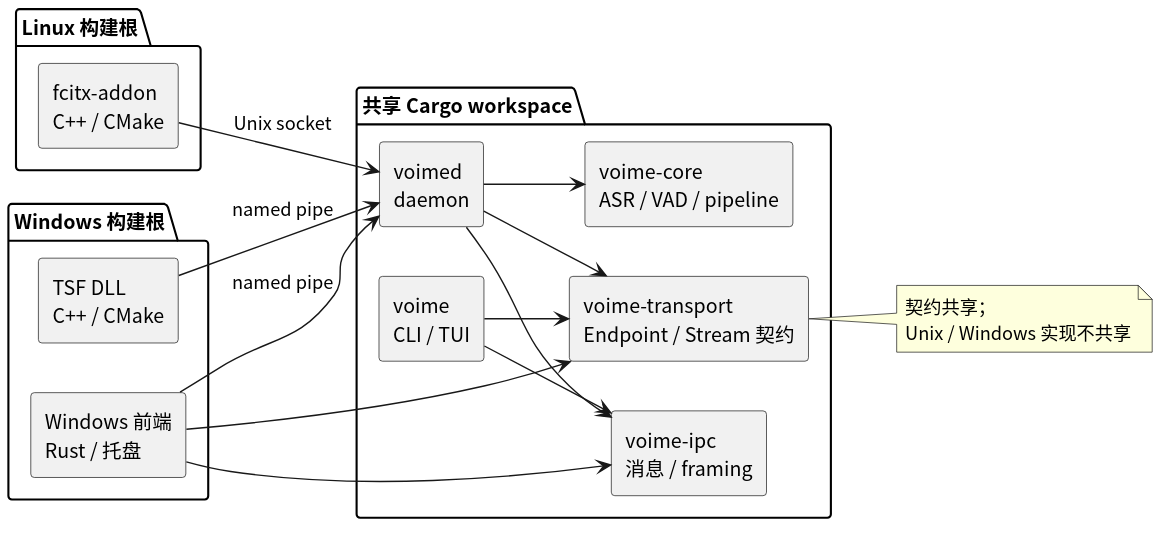
Earlier version of the PlantUML export diagram/platform-boundaries.svg (54m43lJ/voime).
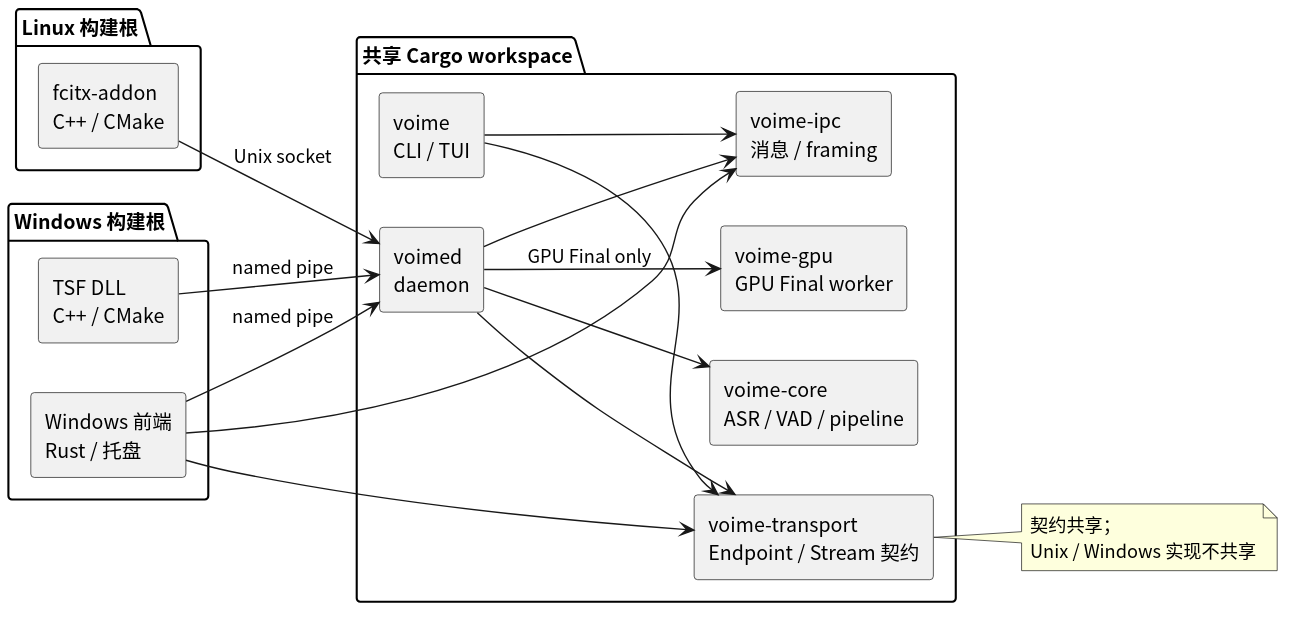
The same file after the commit.

What changed in the source:
```diff
@@ -10,6 +10,7 @@
   component "voime-transport\nEndpoint / Stream 契约" as Transport
   component "voimed\ndaemon" as Daemon
   component "voime\nCLI / TUI" as Cli
+  component "voime-gpu\nGPU Final worker" as Gpu
 }
 
 package "Linux 构建根" {
@@ -25,6 +26,7 @@
 Win --> Daemon : named pipe
 Tsf --> Daemon : named pipe
 Daemon --> Core
+Daemon --> Gpu : GPU Final only
 Daemon --> Ipc
 Daemon --> Transport
 Cli --> Ipc
```
